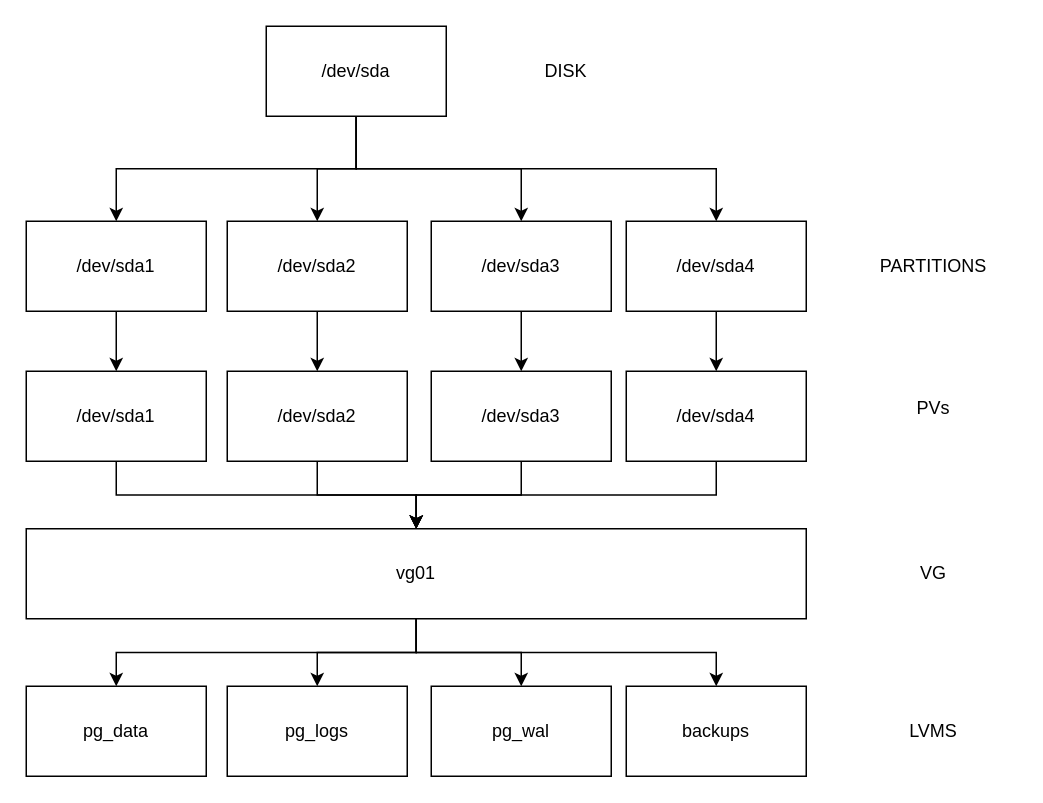
Above: docs/StorageManagementLogic.drawio in DraghiciAndrei1307/PostgreSQL-Ansible-Automation (draw.io), before the change. Source tidied: cells renumbered, new cells numbered last; positions are measured from the earlier drawing's top-left corner, leaving out a move shared by most shapes. Both pictures are drawn from the tidied source at 150%, with x=0, y=0 at pixel (26, 26).
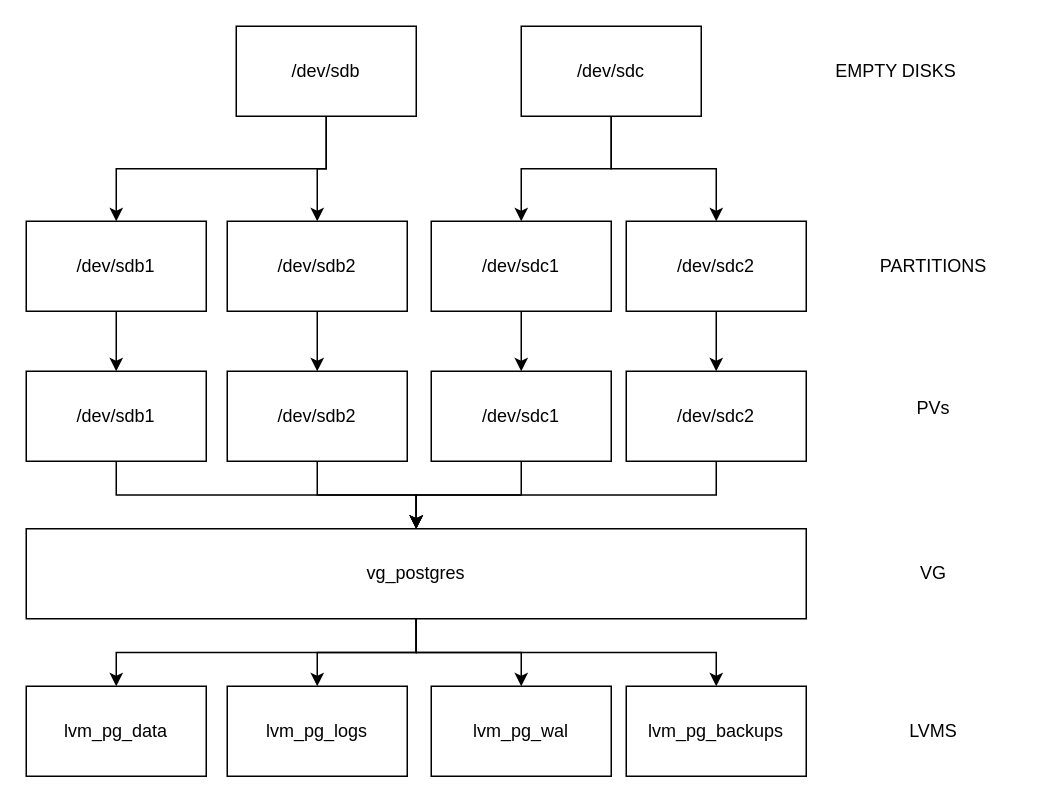
The same diagram, later.

Commit message (it also covers changes not shown here):
docs(storage_management_loigc): update the logic diagram

What changed in the source:
```diff
@@
-    <mxCell id="4" style="edgeStyle=orthogonalEdgeStyle;rounded=0;jettySize=auto;html=1;exitX=0.5;exitY=1;exitDx=0;exitDy=0;" parent="1" edge="1" source="6" target="12">
-      <mxGeometry relative="1" as="geometry" />
-    </mxCell>
-    <mxCell id="5" style="edgeStyle=orthogonalEdgeStyle;rounded=0;jettySize=auto;html=1;exitX=0.5;exitY=1;exitDx=0;exitDy=0;entryX=0.5;entryY=0;entryDx=0;entryDy=0;" parent="1" edge="1" source="6" target="14">
-      <mxGeometry relative="1" as="geometry" />
-    </mxCell>
-    <mxCell id="6" value="/dev/sda" style="rounded=0;whiteSpace=wrap;html=1;" parent="1" vertex="1">
-      <mxGeometry x="160" width="120" height="60" as="geometry" />
+    <mxCell id="6" value="/dev/sdb" style="rounded=0;whiteSpace=wrap;html=1;" parent="1" vertex="1">
+      <mxGeometry x="140" width="120" height="60" as="geometry" />
     </mxCell>
@@
-    <mxCell id="8" value="/dev/sda1" style="rounded=0;whiteSpace=wrap;html=1;" parent="1" vertex="1">
+    <mxCell id="8" value="/dev/sdb1" style="rounded=0;whiteSpace=wrap;html=1;" parent="1" vertex="1">
       <mxGeometry y="130" width="120" height="60" as="geometry" />
     </mxCell>
@@
-    <mxCell id="10" value="/dev/sda2" style="rounded=0;whiteSpace=wrap;html=1;" parent="1" vertex="1">
+    <mxCell id="10" value="/dev/sdb2" style="rounded=0;whiteSpace=wrap;html=1;" parent="1" vertex="1">
       <mxGeometry x="134" y="130" width="120" height="60" as="geometry" />
     </mxCell>
@@
-    <mxCell id="12" value="/dev/sda3" style="rounded=0;whiteSpace=wrap;html=1;" parent="1" vertex="1">
+    <mxCell id="12" value="/dev/sdc1" style="rounded=0;whiteSpace=wrap;html=1;" parent="1" vertex="1">
       <mxGeometry x="270" y="130" width="120" height="60" as="geometry" />
     </mxCell>
@@
-    <mxCell id="14" value="/dev/sda4" style="rounded=0;whiteSpace=wrap;html=1;" parent="1" vertex="1">
+    <mxCell id="14" value="/dev/sdc2" style="rounded=0;whiteSpace=wrap;html=1;" parent="1" vertex="1">
       <mxGeometry x="400" y="130" width="120" height="60" as="geometry" />
     </mxCell>
-    <mxCell id="15" value="&lt;font style=&quot;color: light-dark(rgb(0, 0, 0), rgb(255, 255, 0));&quot;&gt;DISK&lt;/font&gt;" style="text;html=1;whiteSpace=wrap;strokeColor=none;fillColor=none;align=center;verticalAlign=middle;rounded=0;" parent="1" vertex="1">
-      <mxGeometry x="330" y="15" width="60" height="30" as="geometry" />
+    <mxCell id="15" value="&lt;font style=&quot;color: light-dark(rgb(0, 0, 0), rgb(255, 255, 0));&quot;&gt;EMPTY DISKS&lt;/font&gt;" style="text;html=1;whiteSpace=wrap;strokeColor=none;fillColor=none;align=center;verticalAlign=middle;rounded=0;" parent="1" vertex="1">
+      <mxGeometry x="500" y="15" width="160" height="30" as="geometry" />
     </mxCell>
@@
-    <mxCell id="18" value="/dev/sda1" style="rounded=0;whiteSpace=wrap;html=1;" parent="1" vertex="1">
+    <mxCell id="18" value="/dev/sdb1" style="rounded=0;whiteSpace=wrap;html=1;" parent="1" vertex="1">
       <mxGeometry y="230" width="120" height="60" as="geometry" />
     </mxCell>
@@
-    <mxCell id="20" value="/dev/sda2" style="rounded=0;whiteSpace=wrap;html=1;" parent="1" vertex="1">
+    <mxCell id="20" value="/dev/sdb2" style="rounded=0;whiteSpace=wrap;html=1;" parent="1" vertex="1">
       <mxGeometry x="134" y="230" width="120" height="60" as="geometry" />
     </mxCell>
@@
-    <mxCell id="22" value="/dev/sda3" style="rounded=0;whiteSpace=wrap;html=1;" parent="1" vertex="1">
+    <mxCell id="22" value="/dev/sdc1" style="rounded=0;whiteSpace=wrap;html=1;" parent="1" vertex="1">
       <mxGeometry x="270" y="230" width="120" height="60" as="geometry" />
     </mxCell>
@@
-    <mxCell id="24" value="/dev/sda4" style="rounded=0;whiteSpace=wrap;html=1;" parent="1" vertex="1">
+    <mxCell id="24" value="/dev/sdc2" style="rounded=0;whiteSpace=wrap;html=1;" parent="1" vertex="1">
       <mxGeometry x="400" y="230" width="120" height="60" as="geometry" />
     </mxCell>
@@
-    <mxCell id="30" value="vg01" style="rounded=0;whiteSpace=wrap;html=1;" parent="1" vertex="1">
+    <mxCell id="30" value="vg_postgres" style="rounded=0;whiteSpace=wrap;html=1;" parent="1" vertex="1">
       <mxGeometry y="335" width="520" height="60" as="geometry" />
     </mxCell>
@@
-    <mxCell id="32" value="pg_data" style="rounded=0;whiteSpace=wrap;html=1;" parent="1" vertex="1">
+    <mxCell id="32" value="lvm_pg_data" style="rounded=0;whiteSpace=wrap;html=1;" parent="1" vertex="1">
       <mxGeometry y="440" width="120" height="60" as="geometry" />
     </mxCell>
-    <mxCell id="33" value="pg_logs" style="rounded=0;whiteSpace=wrap;html=1;" parent="1" vertex="1">
+    <mxCell id="33" value="lvm_pg_logs" style="rounded=0;whiteSpace=wrap;html=1;" parent="1" vertex="1">
       <mxGeometry x="134" y="440" width="120" height="60" as="geometry" />
     </mxCell>
-    <mxCell id="34" value="pg_wal" style="rounded=0;whiteSpace=wrap;html=1;" parent="1" vertex="1">
+    <mxCell id="34" value="lvm_pg_wal" style="rounded=0;whiteSpace=wrap;html=1;" parent="1" vertex="1">
       <mxGeometry x="270" y="440" width="120" height="60" as="geometry" />
     </mxCell>
-    <mxCell id="35" value="backups" style="rounded=0;whiteSpace=wrap;html=1;" parent="1" vertex="1">
+    <mxCell id="35" value="lvm_pg_backups" style="rounded=0;whiteSpace=wrap;html=1;" parent="1" vertex="1">
       <mxGeometry x="400" y="440" width="120" height="60" as="geometry" />
     </mxCell>
@@
+    <mxCell id="37" style="edgeStyle=orthogonalEdgeStyle;rounded=0;jettySize=auto;html=1;exitX=0.5;exitY=1;exitDx=0;exitDy=0;entryX=0.5;entryY=0;entryDx=0;entryDy=0;" parent="1" edge="1" source="39" target="12">
+      <mxGeometry relative="1" as="geometry" />
+    </mxCell>
+    <mxCell id="38" style="edgeStyle=orthogonalEdgeStyle;rounded=0;jettySize=auto;html=1;exitX=0.5;exitY=1;exitDx=0;exitDy=0;entryX=0.5;entryY=0;entryDx=0;entryDy=0;" parent="1" edge="1" source="39" target="14">
+      <mxGeometry relative="1" as="geometry" />
+    </mxCell>
+    <mxCell id="39" value="/dev/sdc" style="rounded=0;whiteSpace=wrap;html=1;" parent="1" vertex="1">
+      <mxGeometry x="330" width="120" height="60" as="geometry" />
+    </mxCell>
```
